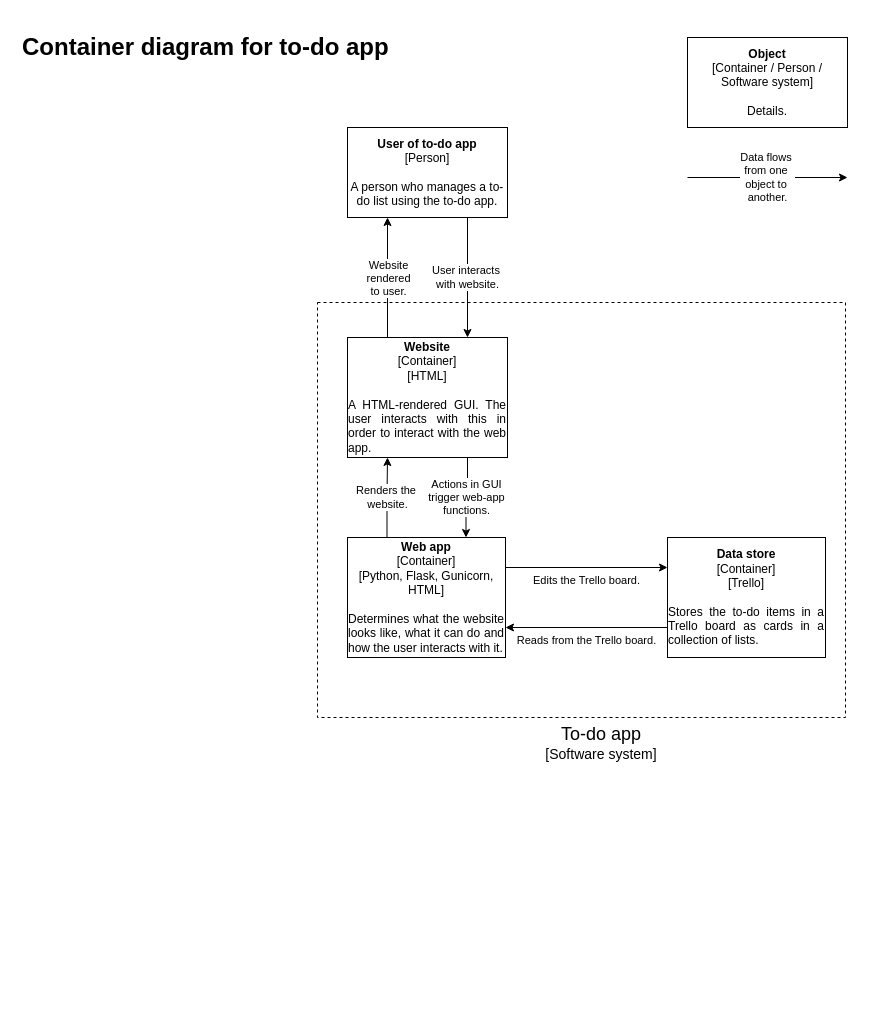
Earlier version of the draw.io diagram page "Container diagram" (2 of 3) of documentation/architecture-diagrams.drawio (SamSeed-Softwire/DevOps-Course-Starter). Source tidied: cells renumbered, new cells numbered last; positions are measured from the earlier drawing's top-left corner, leaving out a move shared by most shapes. Both pictures are drawn from the tidied source at 100%, with x=0, y=0 at pixel (17, 27).
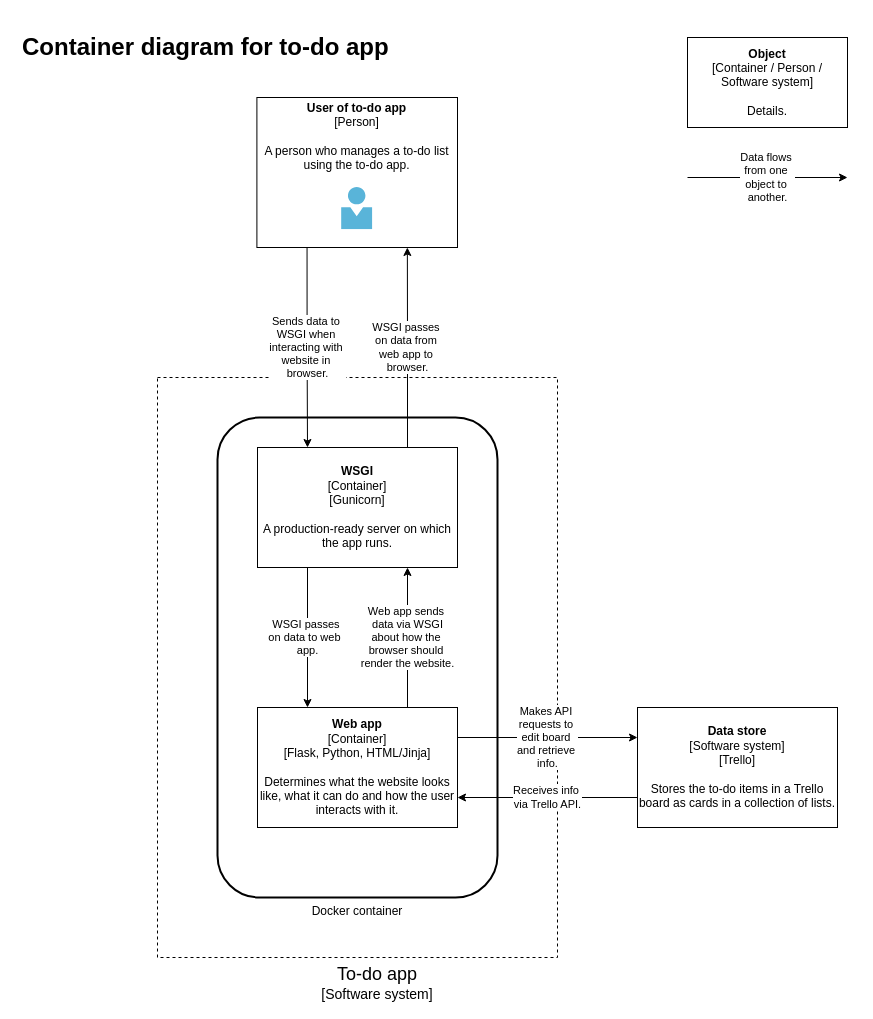
After the change.

Diff of the diagram source:
```diff
@@
 <mxGraphModel>
   <root>
     <mxCell id="0" />
     <mxCell id="1" parent="0" />
+    <mxCell id="17" value="Docker container" style="rounded=1;whiteSpace=wrap;html=1;strokeWidth=2;align=center;fillColor=none;glass=0;labelPosition=center;verticalLabelPosition=bottom;verticalAlign=top;" parent="1" vertex="1">
+      <mxGeometry x="200" y="390" width="280" height="480" as="geometry" />
+    </mxCell>
     <mxCell id="2" value="&lt;blockquote style=&quot;margin: 0 0 0 40px ; border: none ; padding: 0px&quot;&gt;&lt;span style=&quot;font-size: 18px&quot;&gt;To-do app&lt;/span&gt;&lt;font&gt;&lt;div&gt;&lt;span style=&quot;font-size: 14px&quot;&gt;[Software system]&lt;/span&gt;&lt;/div&gt;&lt;/font&gt;&lt;/blockquote&gt;" style="rounded=0;whiteSpace=wrap;html=1;dashed=1;fillColor=none;labelPosition=center;verticalLabelPosition=bottom;align=center;verticalAlign=top;textDirection=ltr;" parent="1" vertex="1">
-      <mxGeometry x="300" y="275" width="528" height="415" as="geometry" />
+      <mxGeometry x="140" y="350" width="400" height="580" as="geometry" />
     </mxCell>
-    <mxCell id="3" value="Edits the Trello board." style="edgeStyle=orthogonalEdgeStyle;rounded=0;jettySize=auto;html=1;exitX=1;exitY=0.25;exitDx=0;exitDy=0;entryX=0;entryY=0.25;entryDx=0;entryDy=0;horizontal=1;verticalAlign=top;" parent="1" edge="1" source="5" target="8">
-      <mxGeometry relative="1" as="geometry" />
-    </mxCell>
-    <mxCell id="4" value="Renders the&amp;nbsp;&lt;br&gt;website." style="edgeStyle=orthogonalEdgeStyle;rounded=0;jettySize=auto;html=1;exitX=0.25;exitY=0;exitDx=0;exitDy=0;entryX=0.25;entryY=1;entryDx=0;entryDy=0;" parent="1" edge="1" source="5" target="10">
+    <mxCell id="4" value="WSGI passes&amp;nbsp;&lt;br&gt;on data to web&amp;nbsp;&amp;nbsp;&lt;br&gt;app." style="edgeStyle=orthogonalEdgeStyle;rounded=0;jettySize=auto;html=1;exitX=0.25;exitY=1;exitDx=0;exitDy=0;entryX=0.25;entryY=0;entryDx=0;entryDy=0;" parent="1" edge="1" source="21" target="23">
       <mxGeometry relative="1" as="geometry" />
     </mxCell>
-    <mxCell id="5" value="&lt;b&gt;Web app&lt;/b&gt;&lt;br&gt;[Container]&lt;br&gt;[Python, Flask, Gunicorn, HTML]&lt;br&gt;&lt;br&gt;&lt;div style=&quot;text-align: justify&quot;&gt;&lt;span&gt;Determines what the website looks like, what it can do and how the user interacts with it.&lt;/span&gt;&lt;/div&gt;" style="rounded=0;whiteSpace=wrap;html=1;" parent="1" vertex="1">
-      <mxGeometry x="330" y="510" width="158" height="120" as="geometry" />
-    </mxCell>
     <mxCell id="6" value="&lt;h1&gt;Container diagram for to-do app&lt;/h1&gt;&lt;p&gt;&lt;br&gt;&lt;/p&gt;" style="text;html=1;strokeColor=none;fillColor=none;spacing=5;spacingTop=-20;whiteSpace=wrap;overflow=hidden;rounded=0;glass=0;" parent="1" vertex="1">
       <mxGeometry width="830" height="120" as="geometry" />
     </mxCell>
-    <mxCell id="7" value="Reads from the Trello board." style="edgeStyle=orthogonalEdgeStyle;rounded=0;jettySize=auto;html=1;exitX=0;exitY=0.75;exitDx=0;exitDy=0;entryX=1;entryY=0.75;entryDx=0;entryDy=0;verticalAlign=top;" parent="1" edge="1" source="8" target="5">
-      <mxGeometry relative="1" as="geometry" />
-    </mxCell>
+    <mxCell id="18" value="Receives info&amp;nbsp;&lt;br&gt;via Trello API." style="edgeStyle=orthogonalEdgeStyle;rounded=0;jettySize=auto;html=1;exitX=0;exitY=0.75;exitDx=0;exitDy=0;entryX=1;entryY=0.75;entryDx=0;entryDy=0;" parent="1" edge="1" source="8" target="23">
+      <mxGeometry relative="1" as="geometry" />
+    </mxCell>
-    <mxCell id="8" value="&lt;b&gt;Data store&lt;/b&gt;&lt;br&gt;[Container]&lt;br&gt;[Trello]&lt;br&gt;&lt;span&gt;&lt;br&gt;&lt;div style=&quot;text-align: justify&quot;&gt;&lt;span&gt;Stores the to-do items in a Trello board as cards in a collection of lists.&lt;/span&gt;&lt;/div&gt;&lt;/span&gt;" style="rounded=0;whiteSpace=wrap;html=1;" parent="1" vertex="1">
-      <mxGeometry x="650" y="510" width="158" height="120" as="geometry" />
+    <mxCell id="8" value="&lt;b&gt;Data store&lt;/b&gt;&lt;br&gt;[Software system]&lt;br&gt;[Trello]&lt;br&gt;&lt;span&gt;&lt;br&gt;&lt;div&gt;&lt;span&gt;Stores the to-do items in a Trello board as cards in a collection of lists.&lt;/span&gt;&lt;/div&gt;&lt;/span&gt;" style="rounded=0;whiteSpace=wrap;html=1;align=center;" parent="1" vertex="1">
+      <mxGeometry x="620" y="680" width="200" height="120" as="geometry" />
     </mxCell>
-    <mxCell id="9" value="Actions in GUI &lt;br&gt;trigger web-app &lt;br&gt;functions." style="edgeStyle=orthogonalEdgeStyle;rounded=0;jettySize=auto;exitX=0.75;exitY=1;exitDx=0;exitDy=0;entryX=0.75;entryY=0;entryDx=0;entryDy=0;verticalAlign=middle;html=1;" parent="1" edge="1" source="10" target="5">
+    <mxCell id="9" value="Web app sends&amp;nbsp;&lt;br&gt;data via WSGI &lt;br&gt;about how the&amp;nbsp;&lt;br&gt;browser should&amp;nbsp;&lt;br&gt;render the website." style="edgeStyle=orthogonalEdgeStyle;rounded=0;jettySize=auto;exitX=0.75;exitY=0;exitDx=0;exitDy=0;entryX=0.75;entryY=1;entryDx=0;entryDy=0;verticalAlign=middle;html=1;" parent="1" edge="1" source="23" target="21">
       <mxGeometry relative="1" as="geometry" />
     </mxCell>
-    <mxCell id="10" value="&lt;b&gt;Website&lt;br&gt;&lt;/b&gt;[Container]&lt;br&gt;[HTML]&lt;br&gt;&lt;br&gt;&lt;div style=&quot;text-align: justify&quot;&gt;&lt;span&gt;A HTML-rendered GUI. The user interacts with this in order to interact with the web app.&lt;/span&gt;&lt;/div&gt;" style="rounded=0;whiteSpace=wrap;html=1;" parent="1" vertex="1">
-      <mxGeometry x="330" y="310" width="160" height="120" as="geometry" />
-    </mxCell>
-    <mxCell id="11" style="edgeStyle=orthogonalEdgeStyle;rounded=0;jettySize=auto;html=1;exitX=0.25;exitY=0;exitDx=0;exitDy=0;entryX=0.25;entryY=1;entryDx=0;entryDy=0;" parent="1" edge="1" source="10" target="14">
-      <mxGeometry relative="1" as="geometry" />
-    </mxCell>
-    <mxCell id="12" value="Website &lt;br&gt;rendered &lt;br&gt;to user." style="edgeLabel;html=1;align=center;verticalAlign=middle;" parent="11" vertex="1">
-      <mxGeometry x="0.17" relative="1" as="geometry">
-        <mxPoint y="10.3" as="offset" />
-      </mxGeometry>
-    </mxCell>
-    <mxCell id="13" value="User&amp;nbsp;interacts&amp;nbsp;&lt;br&gt;with website." style="edgeStyle=orthogonalEdgeStyle;rounded=0;jettySize=auto;html=1;exitX=0.75;exitY=1;exitDx=0;exitDy=0;entryX=0.75;entryY=0;entryDx=0;entryDy=0;" parent="1" edge="1" source="14" target="10">
+    <mxCell id="13" value="WSGI passes&amp;nbsp;&lt;br&gt;on data from&amp;nbsp;&lt;br&gt;web app to&amp;nbsp;&lt;br&gt;browser." style="edgeStyle=orthogonalEdgeStyle;rounded=0;jettySize=auto;html=1;exitX=0.75;exitY=0;exitDx=0;exitDy=0;entryX=0.75;entryY=1;entryDx=0;entryDy=0;" parent="1" edge="1" source="21" target="14">
       <mxGeometry relative="1" as="geometry" />
     </mxCell>
-    <mxCell id="14" value="&lt;b&gt;User of to-do app&lt;/b&gt;&lt;br&gt;[Person]&lt;br&gt;&lt;br&gt;A person who manages a to-do list using the to-do app." style="rounded=0;whiteSpace=wrap;html=1;" parent="1" vertex="1">
-      <mxGeometry x="330" y="100" width="160" height="90" as="geometry" />
-    </mxCell>
     <mxCell id="15" value="Data flows&amp;nbsp;&lt;br&gt;from one&amp;nbsp;&lt;br&gt;object to&amp;nbsp;&lt;br&gt;another." style="endArrow=classic;html=1;" parent="1" edge="1">
       <mxGeometry relative="1" as="geometry">
         <mxPoint x="670" y="150" as="sourcePoint" />
         <mxPoint x="830" y="150" as="targetPoint" />
       </mxGeometry>
     </mxCell>
     <mxCell id="16" value="&lt;b&gt;Object&lt;/b&gt;&lt;br&gt;[Container / Person / Software system]&lt;br&gt;&lt;br&gt;Details." style="rounded=0;whiteSpace=wrap;html=1;" parent="1" vertex="1">
       <mxGeometry x="670" y="10" width="160" height="90" as="geometry" />
     </mxCell>
+    <mxCell id="19" style="group;" parent="1" vertex="1">
+      <mxGeometry x="266" y="70" width="174" height="150" as="geometry" />
+    </mxCell>
+    <mxCell id="14" value="&lt;b&gt;User of to-do app&lt;/b&gt;&lt;br&gt;[Person]&lt;br&gt;&lt;br&gt;A person who manages a to-do list using the to-do app.&lt;br&gt;&lt;br&gt;&lt;br&gt;&lt;br&gt;&lt;br&gt;&lt;br&gt;" style="rounded=0;whiteSpace=wrap;html=1;" parent="19" vertex="1">
+      <mxGeometry x="-26.6" width="200.6" height="150" as="geometry" />
+    </mxCell>
+    <mxCell id="20" style="html=1;align=center;image;fontSize=12;image=img/lib/mscae/Person.svg;" parent="19" vertex="1">
+      <mxGeometry x="58.1" y="90" width="31.2" height="42.2" as="geometry" />
+    </mxCell>
+    <mxCell id="21" value="&lt;b&gt;WSGI&lt;/b&gt;&lt;br&gt;[Container]&lt;br&gt;[Gunicorn]&lt;br&gt;&lt;br&gt;&lt;div&gt;A production-ready server on which the app runs.&lt;/div&gt;" style="rounded=0;whiteSpace=wrap;html=1;align=center;" parent="1" vertex="1">
+      <mxGeometry x="240" y="420" width="200" height="120" as="geometry" />
+    </mxCell>
+    <mxCell id="22" value="Makes API&amp;nbsp;&lt;br&gt;requests to&amp;nbsp;&lt;br&gt;edit board&amp;nbsp;&lt;br&gt;and retrieve&amp;nbsp;&lt;br&gt;info." style="edgeStyle=orthogonalEdgeStyle;rounded=0;jettySize=auto;html=1;exitX=1;exitY=0.25;exitDx=0;exitDy=0;entryX=0;entryY=0.25;entryDx=0;entryDy=0;" parent="1" edge="1" source="23" target="8">
+      <mxGeometry relative="1" as="geometry" />
+    </mxCell>
+    <mxCell id="23" value="&lt;b&gt;Web app&lt;/b&gt;&lt;br&gt;[Container]&lt;br&gt;[Flask, Python, HTML/Jinja]&lt;br&gt;&lt;br&gt;&lt;div style=&quot;&quot;&gt;&lt;span&gt;Determines what the website looks like, what it can do and how the user interacts with it.&lt;/span&gt;&lt;/div&gt;" style="rounded=0;whiteSpace=wrap;html=1;align=center;" parent="1" vertex="1">
+      <mxGeometry x="240" y="680" width="200" height="120" as="geometry" />
+    </mxCell>
+    <mxCell id="24" value="&lt;font face=&quot;helvetica&quot;&gt;Sends data to&amp;nbsp;&lt;br&gt;&lt;/font&gt;WSGI when&amp;nbsp;&lt;br&gt;interacting with&amp;nbsp;&lt;br&gt;website in&amp;nbsp;&lt;br&gt;browser." style="edgeStyle=orthogonalEdgeStyle;rounded=0;jettySize=auto;html=1;exitX=0.25;exitY=1;exitDx=0;exitDy=0;entryX=0.25;entryY=0;entryDx=0;entryDy=0;" parent="1" edge="1" source="14" target="21">
+      <mxGeometry relative="1" as="geometry" />
+    </mxCell>
   </root>
 </mxGraphModel>
```
